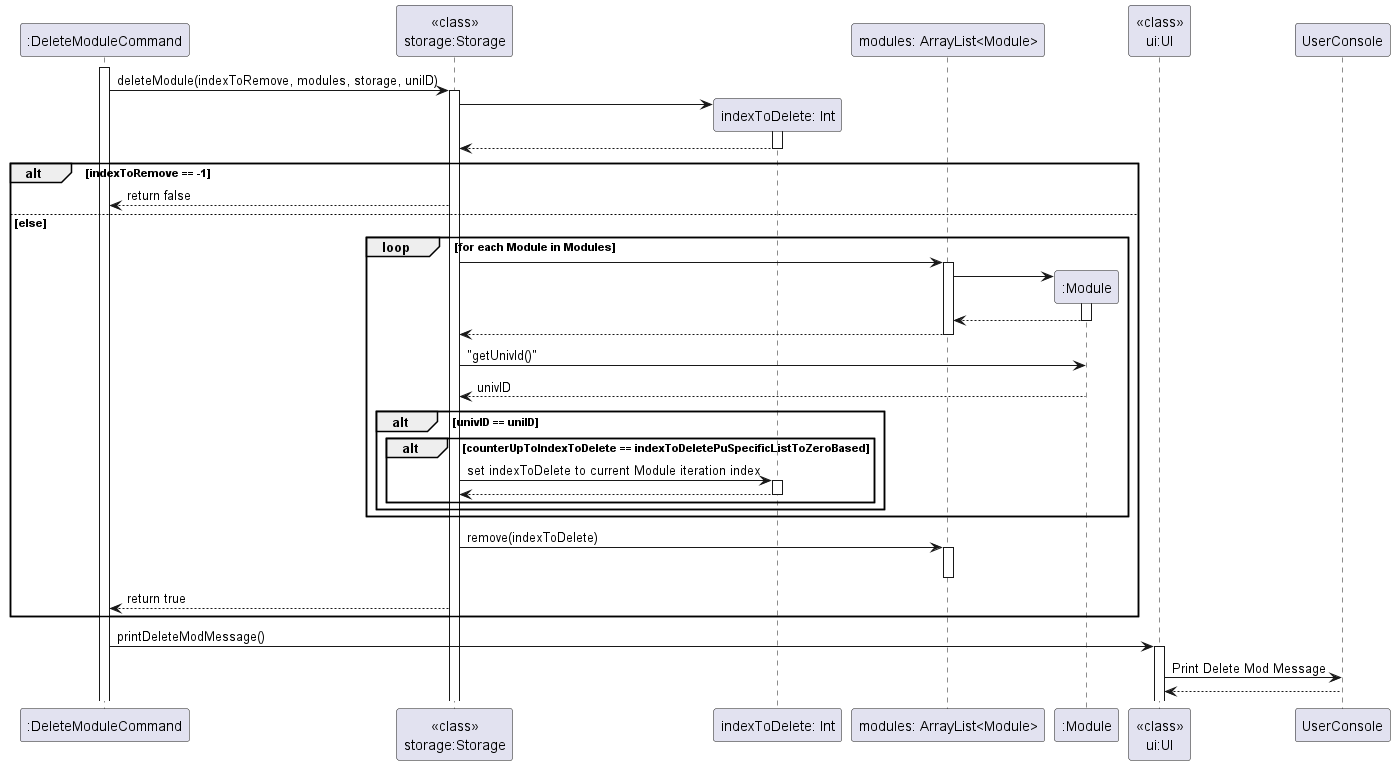
The PlantUML diagram docs/diagrams/Commands/DeleteModuleCommandSequenceDiagram.png in nus-cs2113-AY2223S2/tp, before a commit. Its diagram source:
```plantuml
@startuml

activate ":DeleteModuleCommand"

":DeleteModuleCommand" -> "<<class>>\nstorage:Storage" : deleteModule(indexToRemove, modules, storage, uniID)
activate "<<class>>\nstorage:Storage"

create "indexToDelete: Int"
"<<class>>\nstorage:Storage" -> "indexToDelete: Int"
activate "indexToDelete: Int"
"<<class>>\nstorage:Storage" <-- "indexToDelete: Int"
deactivate "indexToDelete: Int"

alt indexToRemove == -1
"<<class>>\nstorage:Storage" --> ":DeleteModuleCommand" : return false
else else
    loop for each Module in Modules

        "<<class>>\nstorage:Storage" -> "modules: ArrayList<Module>"
         activate "modules: ArrayList<Module>"
         create ":Module"
         "modules: ArrayList<Module>" -> ":Module"
         activate ":Module"
         "modules: ArrayList<Module>" <-- ":Module"
         deactivate ":Module"

         "<<class>>\nstorage:Storage" <-- "modules: ArrayList<Module>"
         deactivate "modules: ArrayList<Module>"

        "<<class>>\nstorage:Storage" -> ":Module" : "getUnivId()"
        "<<class>>\nstorage:Storage" <-- ":Module" : univID

        alt univID == uniID
            alt counterUpToIndexToDelete == indexToDeletePuSpecificListToZeroBased
                "<<class>>\nstorage:Storage" -> "indexToDelete: Int": set indexToDelete to current Module iteration index
                activate "indexToDelete: Int"
                "<<class>>\nstorage:Storage" <-- "indexToDelete: Int"
                deactivate "indexToDelete: Int"

            end
        end
    end
   "<<class>>\nstorage:Storage" -> "modules: ArrayList<Module>" : remove(indexToDelete)
    activate "modules: ArrayList<Module>"
    deactivate "modules: ArrayList<Module>"
    "<<class>>\nstorage:Storage" --> ":DeleteModuleCommand" : return true

end
":DeleteModuleCommand" -> "<<class>>\nui:UI" : printDeleteModMessage()
activate "<<class>>\nui:UI"

"<<class>>\nui:UI" -> UserConsole : Print Delete Mod Message
"<<class>>\nui:UI" <-- UserConsole
@enduml
```
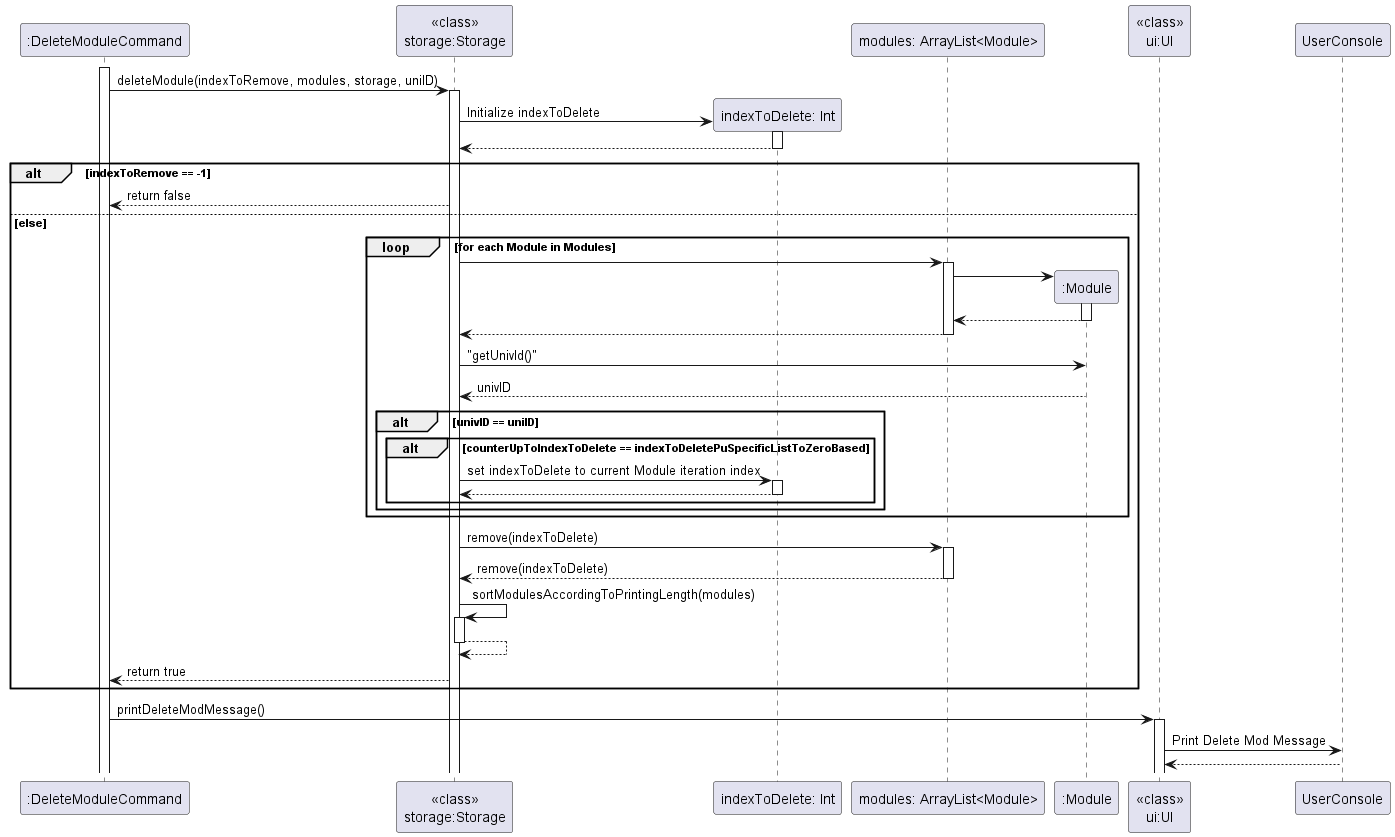
Later version of the same file.

Commit message:
Edited DG for DeleteModuleCommand to include sorting after deletion of module

What changed in the source:
```diff
@@ -6,7 +6,7 @@
 activate "<<class>>\nstorage:Storage"
 
 create "indexToDelete: Int"
-"<<class>>\nstorage:Storage" -> "indexToDelete: Int"
+"<<class>>\nstorage:Storage" -> "indexToDelete: Int": Initialize indexToDelete
 activate "indexToDelete: Int"
 "<<class>>\nstorage:Storage" <-- "indexToDelete: Int"
 deactivate "indexToDelete: Int"
@@ -40,9 +40,16 @@
             end
         end
     end
+
    "<<class>>\nstorage:Storage" -> "modules: ArrayList<Module>" : remove(indexToDelete)
     activate "modules: ArrayList<Module>"
+    "<<class>>\nstorage:Storage" <-- "modules: ArrayList<Module>" : remove(indexToDelete)
     deactivate "modules: ArrayList<Module>"
+     "<<class>>\nstorage:Storage" -> "<<class>>\nstorage:Storage": sortModulesAccordingToPrintingLength(modules)
+    activate "<<class>>\nstorage:Storage"
+        "<<class>>\nstorage:Storage" --> "<<class>>\nstorage:Storage"
+        deactivate "<<class>>\nstorage:Storage"
+
     "<<class>>\nstorage:Storage" --> ":DeleteModuleCommand" : return true
 
 end
```
